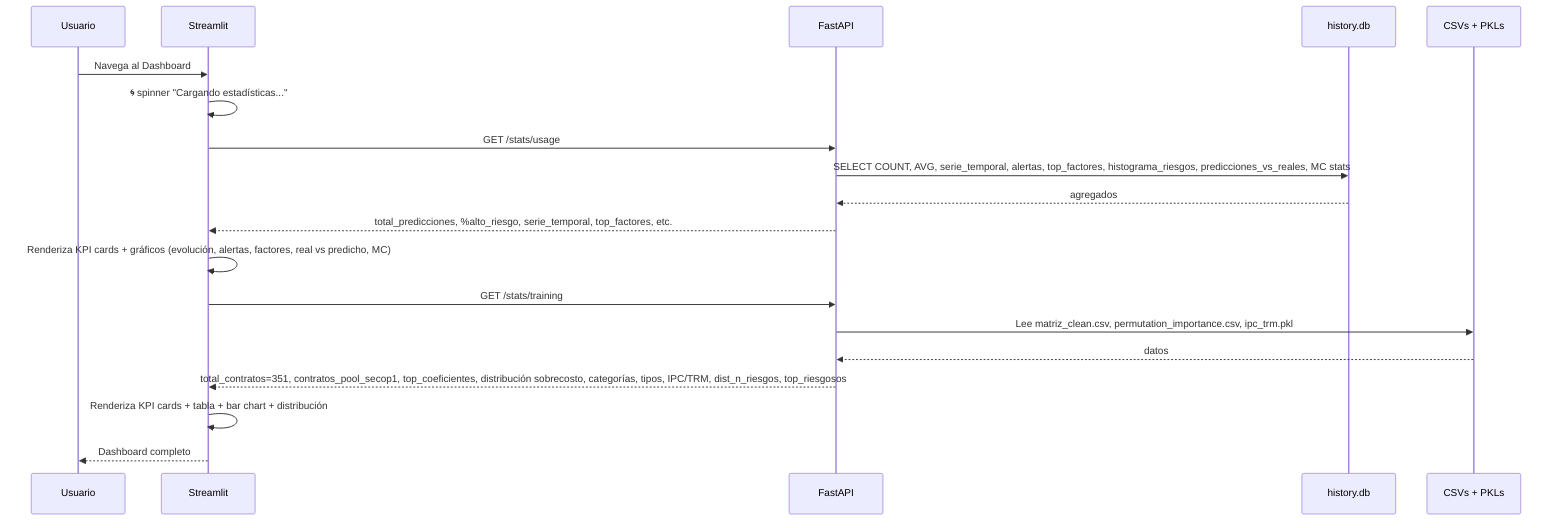
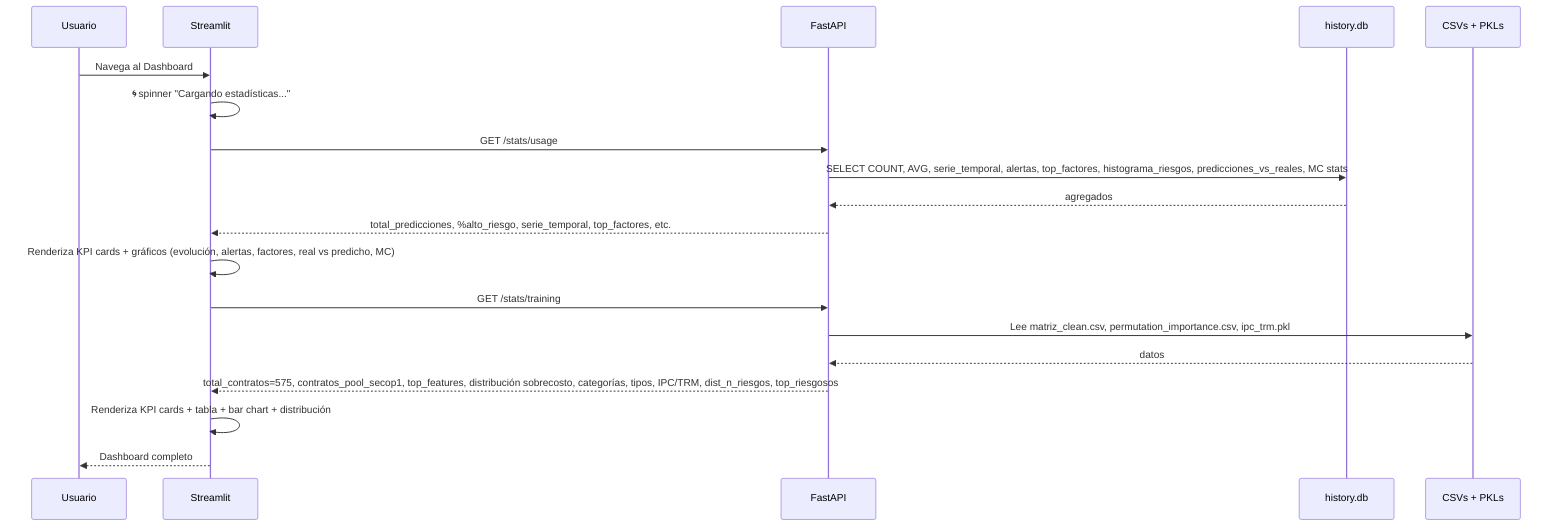
sequenceDiagram
    participant U as Usuario
    participant F as Streamlit
    participant B as FastAPI
    participant DB as history.db
    participant Files as CSVs + PKLs

    U->>F: Navega al Dashboard
    F->>F: 🌀 spinner "Cargando estadísticas..."
    F->>B: GET /stats/usage
    B->>DB: SELECT COUNT, AVG, serie_temporal, alertas, top_factores, histograma_riesgos, predicciones_vs_reales, MC stats
    DB-->>B: agregados
    B-->>F: total_predicciones, %alto_riesgo, serie_temporal, top_factores, etc.
    F->>F: Renderiza KPI cards + gráficos (evolución, alertas, factores, real vs predicho, MC)
    F->>B: GET /stats/training
    B->>Files: Lee matriz_clean.csv, permutation_importance.csv, ipc_trm.pkl
    Files-->>B: datos
-     B-->>F: total_contratos=351, contratos_pool_secop1, top_coeficientes, distribución sobrecosto, categorías, tipos, IPC/TRM, dist_n_riesgos, top_riesgosos
+     B-->>F: total_contratos=575, contratos_pool_secop1, top_features, distribución sobrecosto, categorías, tipos, IPC/TRM, dist_n_riesgos, top_riesgosos
    F->>F: Renderiza KPI cards + tabla + bar chart + distribución
-     F-->>U: Dashboard completo+     F-->>U: Dashboard completo
